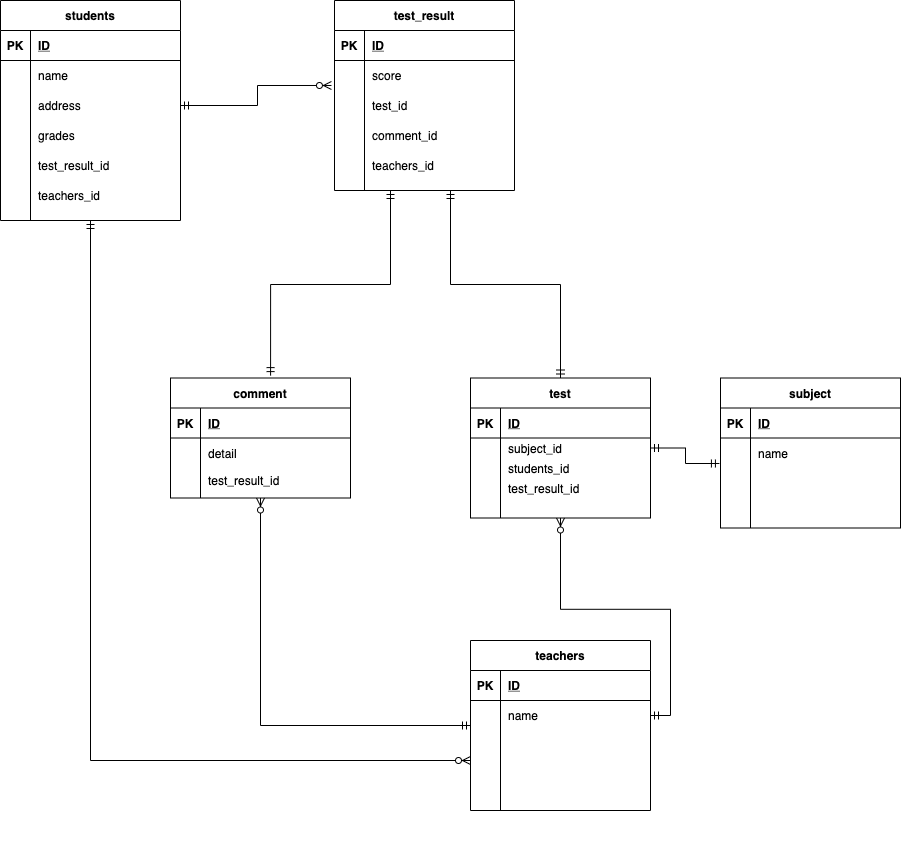
This is index..drawio.png from InoueMayu/coachtech-ER, a draw.io export, as it was before one commit. Source tidied: cells renumbered, new cells last; positions are measured from the earlier drawing's top-left corner, leaving out a move shared by most shapes.
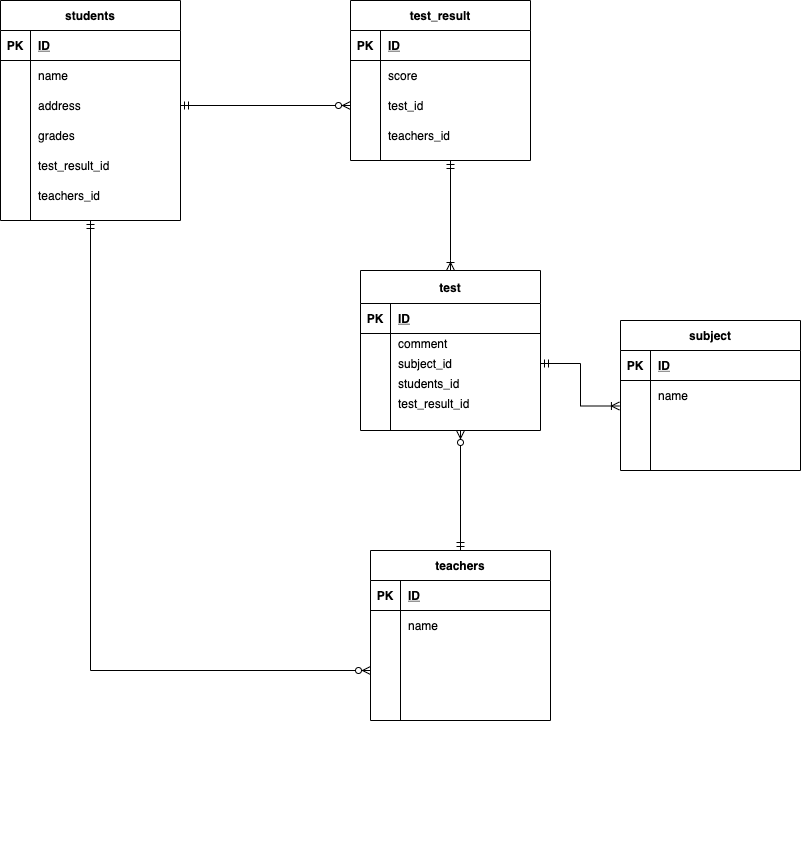
The same file after the commit.

Diff of the diagram source:
```diff
@@ -62,11 +62,13 @@
     <mxCell id="21" value="teachers_id" style="shape=partialRectangle;fillColor=none;top=0;left=0;bottom=0;right=0;align=left;spacingLeft=6;overflow=hidden;" parent="19" vertex="1">
       <mxGeometry x="30" width="150" height="30" as="geometry" />
     </mxCell>
-    <mxCell id="22" style="edgeStyle=orthogonalEdgeStyle;rounded=0;jettySize=auto;html=1;entryX=0.5;entryY=1;entryDx=0;entryDy=0;startArrow=ERmandOne;startFill=0;endArrow=ERzeroToMany;endFill=1;" parent="1" edge="1" source="23" target="36">
-      <mxGeometry relative="1" as="geometry" />
-    </mxCell>
+    <mxCell id="95" style="edgeStyle=orthogonalEdgeStyle;rounded=0;jettySize=auto;html=1;startArrow=ERmandOne;startFill=0;endArrow=ERzeroToMany;endFill=1;" parent="1" edge="1" source="23">
+      <mxGeometry relative="1" as="geometry">
+        <mxPoint x="460" y="430" as="targetPoint" />
+      </mxGeometry>
+    </mxCell>
     <mxCell id="23" value="teachers" style="shape=table;startSize=30;rowLines=0;fontStyle=1;align=center;" parent="1" vertex="1">
-      <mxGeometry x="470" y="640" width="180" height="170" as="geometry" />
+      <mxGeometry x="370" y="550" width="180" height="170" as="geometry" />
     </mxCell>
     <mxCell id="24" style="shape=partialRectangle;fillColor=none;top=0;left=0;bottom=1;right=0;" parent="23" vertex="1">
       <mxGeometry y="30" width="180" height="30" as="geometry" />
@@ -104,41 +106,11 @@
     <mxCell id="35" style="shape=partialRectangle;fillColor=none;top=0;left=0;bottom=0;right=0;align=left;spacingLeft=6;overflow=hidden;" parent="33" vertex="1">
       <mxGeometry x="30" width="150" height="20" as="geometry" />
     </mxCell>
-    <mxCell id="36" value="comment" style="shape=table;startSize=30;rowLines=0;fontStyle=1;align=center;" parent="1" vertex="1">
-      <mxGeometry x="170" y="377.5" width="180" height="120" as="geometry" />
-    </mxCell>
-    <mxCell id="37" style="shape=partialRectangle;fillColor=none;top=0;left=0;bottom=1;right=0;" parent="36" vertex="1">
-      <mxGeometry y="30" width="180" height="30" as="geometry" />
-    </mxCell>
-    <mxCell id="38" value="PK" style="shape=partialRectangle;fillColor=none;top=0;left=0;bottom=0;right=0;fontStyle=1;overflow=hidden;" parent="37" vertex="1">
-      <mxGeometry width="30" height="30" as="geometry" />
-    </mxCell>
-    <mxCell id="39" value="ID" style="shape=partialRectangle;fillColor=none;top=0;left=0;bottom=0;right=0;align=left;spacingLeft=6;fontStyle=5;overflow=hidden;" parent="37" vertex="1">
-      <mxGeometry x="30" width="150" height="30" as="geometry" />
-    </mxCell>
-    <mxCell id="40" style="shape=partialRectangle;fillColor=none;top=0;left=0;bottom=0;right=0;" parent="36" vertex="1">
-      <mxGeometry y="60" width="180" height="30" as="geometry" />
-    </mxCell>
-    <mxCell id="41" style="shape=partialRectangle;fillColor=none;top=0;left=0;bottom=0;right=0;overflow=hidden;" parent="40" vertex="1">
-      <mxGeometry width="30" height="30" as="geometry" />
-    </mxCell>
-    <mxCell id="42" value="detail" style="shape=partialRectangle;fillColor=none;top=0;left=0;bottom=0;right=0;align=left;spacingLeft=6;overflow=hidden;" parent="40" vertex="1">
-      <mxGeometry x="30" width="150" height="30" as="geometry" />
-    </mxCell>
-    <mxCell id="43" style="shape=partialRectangle;fillColor=none;top=0;left=0;bottom=0;right=0;" parent="36" vertex="1">
-      <mxGeometry y="90" width="180" height="25" as="geometry" />
-    </mxCell>
-    <mxCell id="44" style="shape=partialRectangle;fillColor=none;top=0;left=0;bottom=0;right=0;overflow=hidden;" parent="43" vertex="1">
-      <mxGeometry width="30" height="25" as="geometry" />
-    </mxCell>
-    <mxCell id="45" value="test_result_id" style="shape=partialRectangle;fillColor=none;top=0;left=0;bottom=0;right=0;align=left;spacingLeft=6;overflow=hidden;" parent="43" vertex="1">
-      <mxGeometry x="30" width="150" height="25" as="geometry" />
-    </mxCell>
-    <mxCell id="46" value="test" style="shape=table;startSize=30;rowLines=0;fontStyle=1;align=center;" parent="1" vertex="1">
-      <mxGeometry x="470" y="377.5" width="180" height="140" as="geometry" />
+    <mxCell id="46" value="test" style="shape=table;startSize=33;rowLines=0;fontStyle=1;align=center;" parent="1" vertex="1">
+      <mxGeometry x="360" y="270" width="180" height="160" as="geometry" />
     </mxCell>
     <mxCell id="47" style="shape=partialRectangle;fillColor=none;top=0;left=0;bottom=1;right=0;" parent="46" vertex="1">
-      <mxGeometry y="30" width="180" height="30" as="geometry" />
+      <mxGeometry y="33" width="180" height="30" as="geometry" />
     </mxCell>
     <mxCell id="48" value="PK" style="shape=partialRectangle;fillColor=none;top=0;left=0;bottom=0;right=0;fontStyle=1;overflow=hidden;" parent="47" vertex="1">
       <mxGeometry width="30" height="30" as="geometry" />
@@ -146,8 +118,17 @@
     <mxCell id="49" value="ID" style="shape=partialRectangle;fillColor=none;top=0;left=0;bottom=0;right=0;align=left;spacingLeft=6;fontStyle=5;overflow=hidden;" parent="47" vertex="1">
       <mxGeometry x="30" width="150" height="30" as="geometry" />
     </mxCell>
+    <mxCell id="96" style="shape=partialRectangle;fillColor=none;top=0;left=0;bottom=0;right=0;" parent="46" vertex="1">
+      <mxGeometry y="63" width="180" height="20" as="geometry" />
+    </mxCell>
+    <mxCell id="97" style="shape=partialRectangle;fillColor=none;top=0;left=0;bottom=0;right=0;overflow=hidden;" parent="96" vertex="1">
+      <mxGeometry width="30" height="20" as="geometry" />
+    </mxCell>
+    <mxCell id="36" value="comment" style="shape=partialRectangle;fillColor=none;top=0;left=0;bottom=0;right=0;align=left;spacingLeft=6;overflow=hidden;" parent="96" vertex="1">
+      <mxGeometry x="30" width="150" height="20" as="geometry" />
+    </mxCell>
     <mxCell id="50" style="shape=partialRectangle;fillColor=none;top=0;left=0;bottom=0;right=0;points=[[0,0.5],[1,0.5]];portConstraint=eastwest;" parent="46" vertex="1">
-      <mxGeometry y="60" width="180" height="20" as="geometry" />
+      <mxGeometry y="83" width="180" height="20" as="geometry" />
     </mxCell>
     <mxCell id="51" style="shape=partialRectangle;fillColor=none;top=0;left=0;bottom=0;right=0;overflow=hidden;" parent="50" vertex="1">
       <mxGeometry width="30" height="20" as="geometry" />
@@ -156,7 +137,7 @@
       <mxGeometry x="30" width="150" height="20" as="geometry" />
     </mxCell>
     <mxCell id="53" style="shape=partialRectangle;fillColor=none;top=0;left=0;bottom=0;right=0;" parent="46" vertex="1">
-      <mxGeometry y="80" width="180" height="20" as="geometry" />
+      <mxGeometry y="103" width="180" height="20" as="geometry" />
     </mxCell>
     <mxCell id="54" style="shape=partialRectangle;fillColor=none;top=0;left=0;bottom=0;right=0;overflow=hidden;" parent="53" vertex="1">
       <mxGeometry width="30" height="20" as="geometry" />
@@ -165,7 +146,7 @@
       <mxGeometry x="30" width="150" height="20" as="geometry" />
     </mxCell>
     <mxCell id="56" style="shape=partialRectangle;fillColor=none;top=0;left=0;bottom=0;right=0;" parent="46" vertex="1">
-      <mxGeometry y="100" width="180" height="20" as="geometry" />
+      <mxGeometry y="123" width="180" height="20" as="geometry" />
     </mxCell>
     <mxCell id="57" style="shape=partialRectangle;fillColor=none;top=0;left=0;bottom=0;right=0;overflow=hidden;" parent="56" vertex="1">
       <mxGeometry width="30" height="20" as="geometry" />
@@ -176,24 +157,16 @@
     <mxCell id="59" style="shape=partialRectangle;fillColor=none;top=0;left=0;bottom=0;right=0;align=left;spacingLeft=6;overflow=hidden;" parent="1" vertex="1">
       <mxGeometry x="80" y="820" width="150" height="30" as="geometry" />
     </mxCell>
-    <mxCell id="60" style="edgeStyle=orthogonalEdgeStyle;rounded=0;jettySize=auto;html=1;entryX=0.556;entryY=-0.02;entryDx=0;entryDy=0;entryPerimeter=0;startArrow=ERmandOne;startFill=0;endArrow=ERmandOne;endFill=0;" parent="1" edge="1" source="62" target="36">
-      <mxGeometry relative="1" as="geometry">
-        <Array as="points">
-          <mxPoint x="390" y="284" />
-          <mxPoint x="270" y="284" />
-        </Array>
-      </mxGeometry>
-    </mxCell>
-    <mxCell id="61" style="edgeStyle=orthogonalEdgeStyle;rounded=0;jettySize=auto;html=1;entryX=0.5;entryY=0;entryDx=0;entryDy=0;startArrow=ERmandOne;startFill=0;endArrow=ERmandOne;endFill=0;" parent="1" edge="1" source="62" target="46">
+    <mxCell id="61" style="edgeStyle=orthogonalEdgeStyle;rounded=0;jettySize=auto;html=1;entryX=0.5;entryY=0;entryDx=0;entryDy=0;startArrow=ERmandOne;startFill=0;endArrow=ERoneToMany;endFill=0;" parent="1" edge="1" source="62" target="46">
       <mxGeometry relative="1" as="geometry">
         <Array as="points">
-          <mxPoint x="450" y="284" />
-          <mxPoint x="560" y="284" />
+          <mxPoint x="450" y="260" />
+          <mxPoint x="450" y="260" />
         </Array>
       </mxGeometry>
     </mxCell>
     <mxCell id="62" value="test_result" style="shape=table;startSize=30;rowLines=0;fontStyle=1;align=center;" parent="1" vertex="1">
-      <mxGeometry x="334" width="180" height="190" as="geometry" />
+      <mxGeometry x="350" width="180" height="160" as="geometry" />
     </mxCell>
     <mxCell id="63" style="shape=partialRectangle;fillColor=none;top=0;left=0;bottom=1;right=0;" parent="62" vertex="1">
       <mxGeometry y="30" width="180" height="30" as="geometry" />
@@ -204,13 +177,13 @@
     <mxCell id="65" value="ID" style="shape=partialRectangle;fillColor=none;top=0;left=0;bottom=0;right=0;align=left;spacingLeft=6;fontStyle=5;overflow=hidden;" parent="63" vertex="1">
       <mxGeometry x="30" width="150" height="30" as="geometry" />
     </mxCell>
-    <mxCell id="66" style="shape=partialRectangle;fillColor=none;top=0;left=0;bottom=0;right=0;points=[[0,0.5],[1,0.5]];portConstraint=eastwest;" parent="62" vertex="1">
-      <mxGeometry y="60" width="180" height="30" as="geometry" />
-    </mxCell>
-    <mxCell id="67" style="shape=partialRectangle;fillColor=none;top=0;left=0;bottom=0;right=0;overflow=hidden;" parent="66" vertex="1">
-      <mxGeometry width="30" height="30" as="geometry" />
-    </mxCell>
+    <mxCell id="98" style="shape=partialRectangle;fillColor=none;top=0;left=0;bottom=0;right=0;" parent="62" vertex="1">
+      <mxGeometry y="60" width="180" height="30" as="geometry" />
+    </mxCell>
+    <mxCell id="99" style="shape=partialRectangle;fillColor=none;top=0;left=0;bottom=0;right=0;overflow=hidden;" parent="98" vertex="1">
+      <mxGeometry width="30" height="30" as="geometry" />
+    </mxCell>
-    <mxCell id="68" value="score" style="shape=partialRectangle;fillColor=none;top=0;left=0;bottom=0;right=0;align=left;spacingLeft=6;overflow=hidden;" parent="66" vertex="1">
+    <mxCell id="68" value="score" style="shape=partialRectangle;fillColor=none;top=0;left=0;bottom=0;right=0;align=left;spacingLeft=6;overflow=hidden;" parent="98" vertex="1">
       <mxGeometry x="30" width="150" height="30" as="geometry" />
     </mxCell>
     <mxCell id="69" style="shape=partialRectangle;fillColor=none;top=0;left=0;bottom=0;right=0;points=[[0,0.5],[1,0.5]];portConstraint=eastwest;" parent="62" vertex="1">
@@ -222,17 +195,8 @@
     <mxCell id="71" value="test_id" style="shape=partialRectangle;fillColor=none;top=0;left=0;bottom=0;right=0;align=left;spacingLeft=6;overflow=hidden;" parent="69" vertex="1">
       <mxGeometry x="30" width="150" height="30" as="geometry" />
     </mxCell>
-    <mxCell id="72" style="shape=partialRectangle;fillColor=none;top=0;left=0;bottom=0;right=0;" parent="62" vertex="1">
-      <mxGeometry y="120" width="180" height="30" as="geometry" />
-    </mxCell>
-    <mxCell id="73" style="shape=partialRectangle;fillColor=none;top=0;left=0;bottom=0;right=0;overflow=hidden;" parent="72" vertex="1">
-      <mxGeometry width="30" height="30" as="geometry" />
-    </mxCell>
-    <mxCell id="74" value="comment_id" style="shape=partialRectangle;fillColor=none;top=0;left=0;bottom=0;right=0;align=left;spacingLeft=6;overflow=hidden;" parent="72" vertex="1">
-      <mxGeometry x="30" width="150" height="30" as="geometry" />
-    </mxCell>
     <mxCell id="75" style="shape=partialRectangle;fillColor=none;top=0;left=0;bottom=0;right=0;" parent="62" vertex="1">
-      <mxGeometry y="150" width="180" height="30" as="geometry" />
+      <mxGeometry y="120" width="180" height="30" as="geometry" />
     </mxCell>
     <mxCell id="76" style="shape=partialRectangle;fillColor=none;top=0;left=0;bottom=0;right=0;overflow=hidden;" parent="75" vertex="1">
       <mxGeometry width="30" height="30" as="geometry" />
@@ -241,7 +205,7 @@
       <mxGeometry x="30" width="150" height="30" as="geometry" />
     </mxCell>
     <mxCell id="78" value="subject" style="shape=table;startSize=30;rowLines=0;fontStyle=1;align=center;" parent="1" vertex="1">
-      <mxGeometry x="720" y="377.5" width="180" height="150" as="geometry" />
+      <mxGeometry x="620" y="320" width="180" height="150" as="geometry" />
     </mxCell>
     <mxCell id="79" style="shape=partialRectangle;fillColor=none;top=0;left=0;bottom=1;right=0;" parent="78" vertex="1">
       <mxGeometry y="30" width="180" height="30" as="geometry" />
@@ -284,13 +248,12 @@
         <mxPoint x="650" y="447.5" as="sourcePoint" />
       </mxGeometry>
     </mxCell>
-    <mxCell id="92" style="edgeStyle=orthogonalEdgeStyle;rounded=0;jettySize=auto;html=1;exitX=1;exitY=0.5;exitDx=0;exitDy=0;entryX=-0.017;entryY=0.833;entryDx=0;entryDy=0;entryPerimeter=0;startArrow=ERmandOne;startFill=0;endArrow=ERzeroToMany;endFill=1;" parent="1" edge="1" source="10" target="66">
-      <mxGeometry relative="1" as="geometry" />
+    <mxCell id="92" style="edgeStyle=orthogonalEdgeStyle;rounded=0;jettySize=auto;html=1;exitX=1;exitY=0.5;exitDx=0;exitDy=0;startArrow=ERmandOne;startFill=0;endArrow=ERzeroToMany;endFill=1;entryX=0;entryY=0.5;entryDx=0;entryDy=0;" parent="1" edge="1" source="10">
+      <mxGeometry relative="1" as="geometry">
+        <mxPoint x="350" y="105" as="targetPoint" />
+      </mxGeometry>
     </mxCell>
-    <mxCell id="93" style="edgeStyle=orthogonalEdgeStyle;rounded=0;jettySize=auto;html=1;exitX=1;exitY=0.5;exitDx=0;exitDy=0;startArrow=ERmandOne;startFill=0;endArrow=ERzeroToMany;endFill=1;entryX=0.5;entryY=1;entryDx=0;entryDy=0;" parent="1" edge="1" source="27" target="46">
-      <mxGeometry relative="1" as="geometry" />
-    </mxCell>
-    <mxCell id="94" style="edgeStyle=orthogonalEdgeStyle;rounded=0;jettySize=auto;html=1;entryX=-0.006;entryY=0.85;entryDx=0;entryDy=0;entryPerimeter=0;startArrow=ERmandOne;startFill=0;endArrow=ERmandOne;endFill=0;" parent="1" edge="1" source="50" target="82">
+    <mxCell id="94" style="edgeStyle=orthogonalEdgeStyle;rounded=0;jettySize=auto;html=1;entryX=-0.006;entryY=0.85;entryDx=0;entryDy=0;entryPerimeter=0;startArrow=ERmandOne;startFill=0;endArrow=ERoneToMany;endFill=0;" parent="1" edge="1" source="50" target="82">
       <mxGeometry relative="1" as="geometry" />
     </mxCell>
   </root>
```
